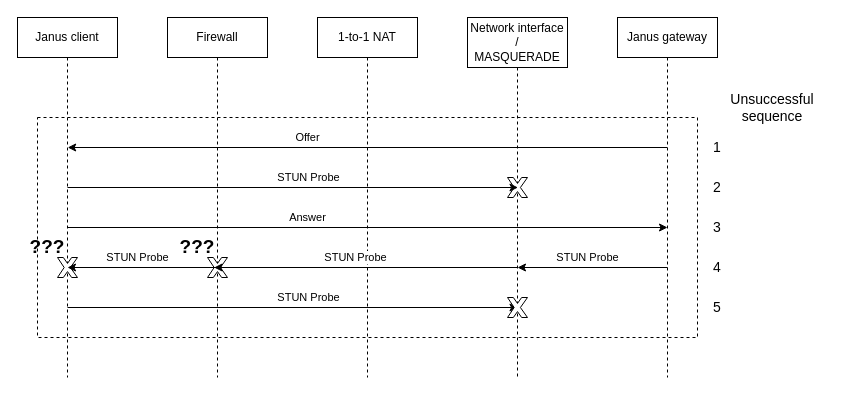
Earlier version of the draw.io diagram doc/sequence_unsucessful.drawio (bartbalaz/janus-container). Source tidied: cells renumbered, new cells numbered last; positions are measured from the earlier drawing's top-left corner, leaving out a move shared by most shapes. Both pictures are drawn from the tidied source at 100%, with x=0, y=0 at pixel (17, 17).
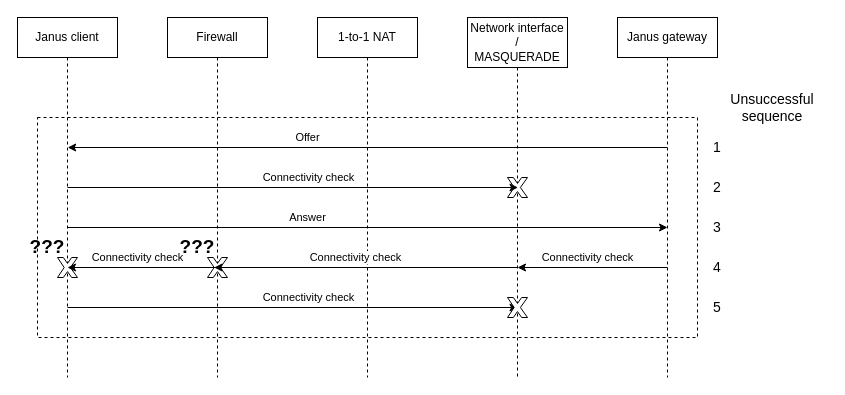
The same diagram, later.

The change refers to these unchanged cells:
```xml
<mxCell id="22" style="verticalLabelPosition=bottom;verticalAlign=top;html=1;shape=mxgraph.basic.x;" parent="1" vertex="1">
  <mxGeometry x="190" y="240" width="20" height="20" as="geometry" />
</mxCell>
```

What changed in the source:
```diff
@@
-    <mxCell id="10" value="STUN Probe" style="endArrow=classic;html=1;" parent="1" edge="1">
+    <mxCell id="10" value="Connectivity check" style="endArrow=classic;html=1;" parent="1" edge="1">
       <mxGeometry x="0.07" y="-10" relative="1" as="geometry">
         <mxPoint x="650" y="250" as="sourcePoint" />
         <mxPoint x="500" y="250" as="targetPoint" />
       </mxGeometry>
     </mxCell>
@@
-    <mxCell id="12" value="STUN Probe" style="endArrow=classic;html=1;" parent="1" edge="1">
+    <mxCell id="12" value="Connectivity check" style="endArrow=classic;html=1;" parent="1" edge="1">
       <mxGeometry x="0.07" y="10" relative="1" as="geometry">
         <mxPoint x="50" y="170" as="sourcePoint" />
         <mxPoint x="500.5" y="170" as="targetPoint" />
       </mxGeometry>
     </mxCell>
@@
-    <mxCell id="14" value="STUN Probe" style="endArrow=classic;html=1;" parent="1" edge="1">
+    <mxCell id="14" value="Connectivity check" style="endArrow=classic;html=1;" parent="1" edge="1">
       <mxGeometry x="0.07" y="10" relative="1" as="geometry">
         <mxPoint x="50" y="290" as="sourcePoint" />
         <mxPoint x="500.5" y="290" as="targetPoint" />
       </mxGeometry>
     </mxCell>
@@
-    <mxCell id="23" value="STUN Probe" style="endArrow=classic;html=1;entryX=0.33;entryY=0.5;entryDx=0;entryDy=0;entryPerimeter=0;" parent="1" edge="1" target="22">
+    <mxCell id="23" value="Connectivity check" style="endArrow=classic;html=1;entryX=0.33;entryY=0.5;entryDx=0;entryDy=0;entryPerimeter=0;" parent="1" edge="1" target="22">
       <mxGeometry x="0.07" y="-10" relative="1" as="geometry">
         <mxPoint x="499.5" y="250" as="sourcePoint" />
       </mxGeometry>
     </mxCell>
@@
-    <mxCell id="25" value="STUN Probe" style="endArrow=classic;html=1;" parent="1" edge="1">
+    <mxCell id="25" value="Connectivity check" style="endArrow=classic;html=1;" parent="1" edge="1">
       <mxGeometry x="0.07" y="-10" relative="1" as="geometry">
         <mxPoint x="200" y="250" as="sourcePoint" />
         <mxPoint x="50" y="250" as="targetPoint" />
       </mxGeometry>
     </mxCell>
```
